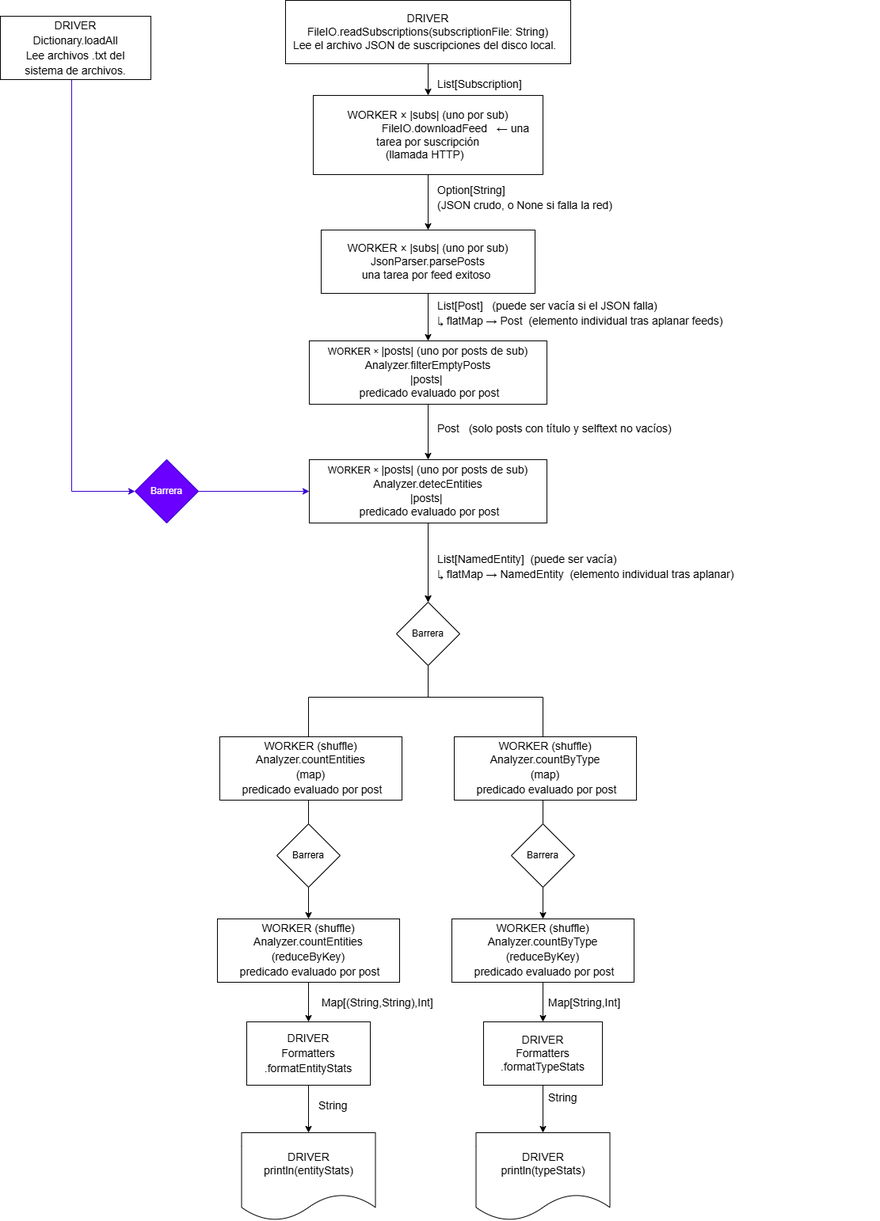
Before: imagenes/diagrama.png, a diagram exported from draw.io (Maximo-Pellegrino/paradigmas26-lab3-g30). Source tidied: cells renumbered, new cells last; positions are measured from the earlier drawing's top-left corner, leaving out a move shared by most shapes.
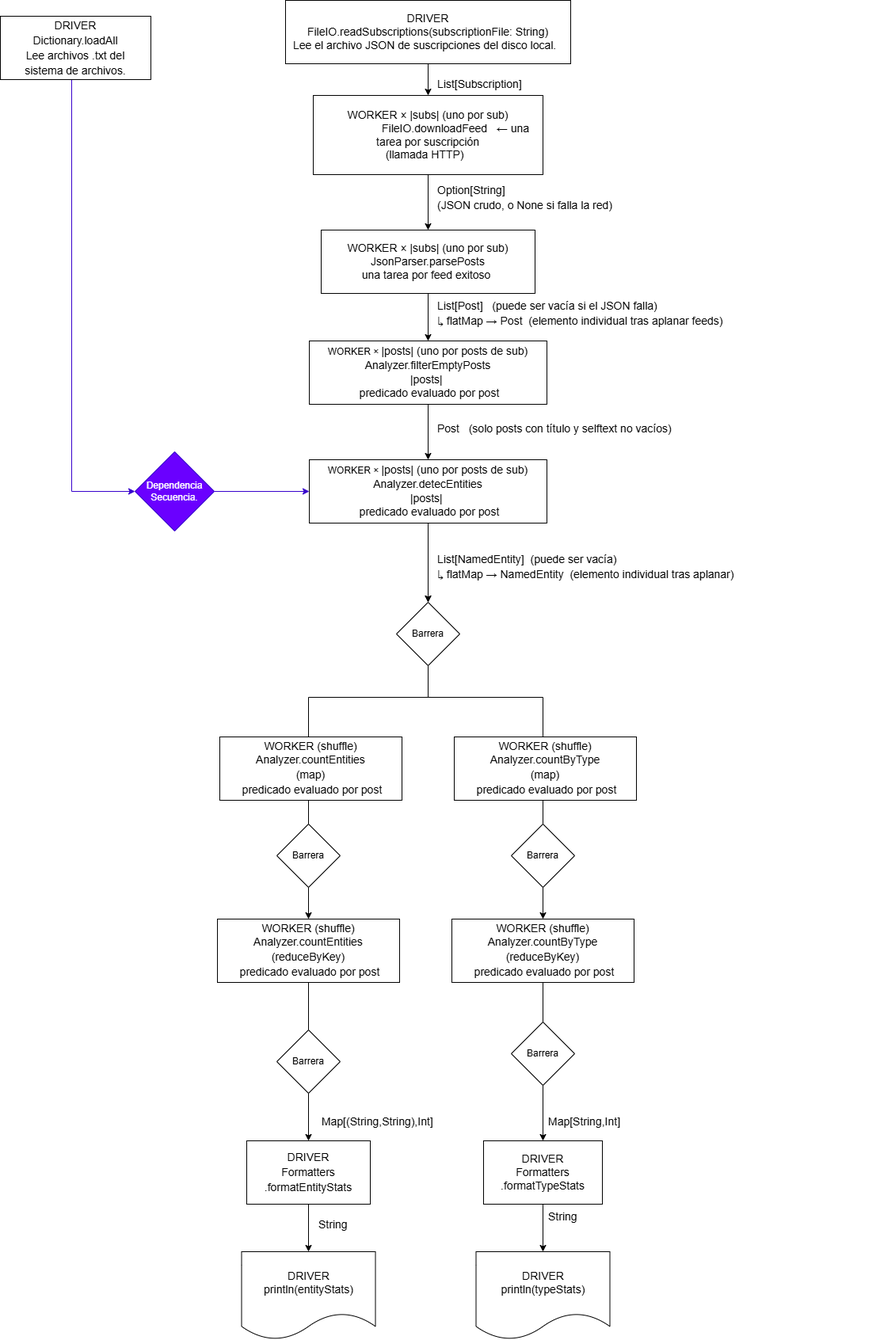
Later version of the same file.

Diff of the diagram source:
```diff
@@ -86,37 +86,37 @@
       <mxGeometry relative="1" as="geometry" />
     </mxCell>
     <mxCell id="25" value="&lt;div style=&quot;line-height: 19px; white-space: pre;&quot;&gt;&lt;div&gt;DRIVER&lt;/div&gt;&lt;div&gt;Formatters&lt;/div&gt;&lt;div&gt;.formatEntityStats&lt;/div&gt;&lt;/div&gt;" style="rounded=0;whiteSpace=wrap;html=1;fontFamily=Helvetica;labelBackgroundColor=none;fontColor=light-dark(#000000,#FFFFFF);fontSize=14;fillColor=light-dark(#FFFFFF,#06FF31);" parent="1" vertex="1">
-      <mxGeometry x="311" y="1290" width="156" height="80" as="geometry" />
+      <mxGeometry x="311" y="1440" width="156" height="80" as="geometry" />
     </mxCell>
     <mxCell id="26" style="edgeStyle=orthogonalEdgeStyle;rounded=0;jettySize=auto;html=1;" parent="1" edge="1" source="27" target="33">
       <mxGeometry relative="1" as="geometry" />
     </mxCell>
     <mxCell id="27" value="&lt;div style=&quot;white-space: pre;&quot;&gt;DRIVER&lt;/div&gt;&lt;div style=&quot;white-space: pre;&quot;&gt;Formatters&lt;/div&gt;&lt;div style=&quot;white-space: pre;&quot;&gt;.formatTypeStats&lt;/div&gt;" style="rounded=0;whiteSpace=wrap;html=1;fontFamily=Helvetica;labelBackgroundColor=none;fontColor=light-dark(#000000,#FFFFFF);fontSize=14;fillColor=light-dark(#FFFFFF,#06FF31);" parent="1" vertex="1">
-      <mxGeometry x="610" y="1290" width="150" height="80" as="geometry" />
+      <mxGeometry x="610" y="1440" width="150" height="80" as="geometry" />
     </mxCell>
     <mxCell id="28" value="&lt;div style=&quot;font-weight: normal; line-height: 19px; white-space: pre;&quot;&gt;&lt;div&gt;&lt;span&gt;&amp;nbsp;Map[(String,String),Int]&lt;/span&gt;&lt;/div&gt;&lt;/div&gt;" style="text;whiteSpace=wrap;html=1;fontFamily=Helvetica;labelBackgroundColor=none;fontColor=light-dark(#000000,#FFFFFF);fontSize=14;" parent="1" vertex="1">
-      <mxGeometry x="400" y="1250" width="230" height="40" as="geometry" />
+      <mxGeometry x="400" y="1400" width="230" height="40" as="geometry" />
     </mxCell>
     <mxCell id="29" value="&lt;div style=&quot;font-weight: normal; line-height: 19px; white-space: pre;&quot;&gt;&lt;div&gt;&lt;span&gt;Map[String,Int]&lt;/span&gt;&lt;/div&gt;&lt;/div&gt;" style="text;whiteSpace=wrap;html=1;fontFamily=Helvetica;labelBackgroundColor=none;fontColor=default;fontSize=14;" parent="1" vertex="1">
-      <mxGeometry x="689.5" y="1250" width="150" height="40" as="geometry" />
+      <mxGeometry x="689.5" y="1400" width="150" height="40" as="geometry" />
     </mxCell>
     <mxCell id="30" value="&lt;div style=&quot;font-weight: normal; line-height: 19px; white-space: pre;&quot;&gt;&lt;div&gt;&lt;span&gt;String&lt;/span&gt;&lt;/div&gt;&lt;/div&gt;" style="text;whiteSpace=wrap;html=1;fontFamily=Helvetica;labelBackgroundColor=none;fontColor=light-dark(#000000,#FFFFFF);fontSize=14;" parent="1" vertex="1">
-      <mxGeometry x="400" y="1479" width="80" height="40" as="geometry" />
+      <mxGeometry x="400" y="1629" width="80" height="40" as="geometry" />
     </mxCell>
     <mxCell id="31" value="&lt;div style=&quot;font-weight: normal; line-height: 19px; white-space: pre;&quot;&gt;&lt;div&gt;&lt;span&gt;String&lt;/span&gt;&lt;/div&gt;&lt;/div&gt;" style="text;whiteSpace=wrap;html=1;fontFamily=Helvetica;labelBackgroundColor=none;fontColor=light-dark(#000000,#FFFFFF);fontSize=14;" parent="1" vertex="1">
-      <mxGeometry x="689.5" y="1370" width="80" height="40" as="geometry" />
+      <mxGeometry x="689.5" y="1520" width="80" height="40" as="geometry" />
     </mxCell>
     <mxCell id="32" value="&lt;div&gt;DRIVER&lt;/div&gt;println(&lt;span style=&quot;white-space: pre;&quot;&gt;entityStats&lt;/span&gt;&lt;span&gt;)&lt;/span&gt;" style="shape=document;whiteSpace=wrap;html=1;boundedLbl=1;fontFamily=Helvetica;labelBackgroundColor=none;fontColor=light-dark(#000000,#FFFFFF);fontSize=14;fillColor=light-dark(#FFFFFF,#36FF0C);" parent="1" vertex="1">
-      <mxGeometry x="304.5" y="1430" width="169" height="111" as="geometry" />
+      <mxGeometry x="304.5" y="1580" width="169" height="111" as="geometry" />
     </mxCell>
     <mxCell id="33" value="&lt;div&gt;DRIVER&lt;/div&gt;println(type&lt;span style=&quot;white-space: pre;&quot;&gt;Stats&lt;/span&gt;&lt;span&gt;)&lt;/span&gt;" style="shape=document;whiteSpace=wrap;html=1;boundedLbl=1;fontFamily=Helvetica;labelBackgroundColor=none;fontColor=light-dark(#000000,#FFFFFF);fontSize=14;fillColor=light-dark(#FFFFFF,#36FF0C);" parent="1" vertex="1">
-      <mxGeometry x="600.5" y="1430" width="169" height="111" as="geometry" />
+      <mxGeometry x="600.5" y="1580" width="169" height="111" as="geometry" />
     </mxCell>
     <mxCell id="34" style="edgeStyle=orthogonalEdgeStyle;rounded=0;jettySize=auto;html=1;fillColor=#6a00ff;strokeColor=#3700CC;" parent="1" edge="1" source="35" target="16">
       <mxGeometry relative="1" as="geometry" />
     </mxCell>
-    <mxCell id="35" value="Barrera" style="rhombus;whiteSpace=wrap;html=1;fillColor=#6a00ff;fontColor=#ffffff;strokeColor=#3700CC;" parent="1" vertex="1">
-      <mxGeometry x="170" y="580" width="80" height="80" as="geometry" />
+    <mxCell id="35" value="Dependencia Secuencia." style="rhombus;whiteSpace=wrap;html=1;fillColor=#6a00ff;fontColor=#ffffff;strokeColor=#3700CC;" parent="1" vertex="1">
+      <mxGeometry x="170" y="570" width="100" height="100" as="geometry" />
     </mxCell>
     <mxCell id="36" style="edgeStyle=orthogonalEdgeStyle;rounded=0;jettySize=auto;html=1;" parent="1" edge="1" source="16" target="38">
       <mxGeometry relative="1" as="geometry" />
@@ -133,7 +133,7 @@
       <mxGeometry x="500" y="760" width="80" height="80" as="geometry" />
     </mxCell>
     <mxCell id="39" value="&lt;div style=&quot;font-weight: normal; line-height: 19px; white-space: pre;&quot;&gt;&lt;div&gt;&lt;span&gt;String&lt;/span&gt;&lt;/div&gt;&lt;/div&gt;" style="text;whiteSpace=wrap;html=1;fontFamily=Helvetica;labelBackgroundColor=none;fontColor=light-dark(#000000,#FFFFFF);fontSize=14;" parent="1" vertex="1">
-      <mxGeometry x="400" y="1380" width="80" height="40" as="geometry" />
+      <mxGeometry x="400" y="1530" width="80" height="40" as="geometry" />
     </mxCell>
     <mxCell id="40" value="&lt;div&gt;&lt;span&gt;WORKER (shuffle)&lt;/span&gt;&lt;/div&gt;&lt;div&gt;&lt;div style=&quot;line-height: 19px; white-space: pre;&quot;&gt;Analyzer.countEntities&lt;/div&gt;&lt;/div&gt;&lt;div&gt;&lt;div style=&quot;line-height: 19px; white-space: pre;&quot;&gt;(map)&lt;/div&gt;&lt;/div&gt;&lt;div&gt;&lt;div style=&quot;line-height: 19px; white-space: pre;&quot;&gt;&amp;nbsp;predicado evaluado por post&lt;/div&gt;&lt;/div&gt;" style="rounded=0;whiteSpace=wrap;html=1;fontFamily=Helvetica;labelBackgroundColor=none;fontColor=light-dark(#000000,#000000);fontSize=14;fillColor=light-dark(#FFFFFF,#FFF100);" parent="1" vertex="1">
       <mxGeometry x="277" y="930" width="230" height="80" as="geometry" />
@@ -147,5 +147,14 @@
     <mxCell id="43" value="Barrera" style="rhombus;whiteSpace=wrap;html=1;fillColor=light-dark(#FFFFFF,#FF0000);" parent="1" vertex="1">
       <mxGeometry x="645" y="1040" width="80" height="80" as="geometry" />
     </mxCell>
+    <mxCell id="44" value="Barrera" style="rhombus;whiteSpace=wrap;html=1;fillColor=light-dark(#FFFFFF,#FF0000);" parent="1" vertex="1">
+      <mxGeometry x="349" y="1300" width="80" height="80" as="geometry" />
+    </mxCell>
+    <mxCell id="45" value="&lt;div style=&quot;white-space: pre;&quot;&gt;DRIVER&lt;/div&gt;&lt;div style=&quot;white-space: pre;&quot;&gt;Formatters&lt;/div&gt;&lt;div style=&quot;white-space: pre;&quot;&gt;.formatTypeStats&lt;/div&gt;" style="rounded=0;whiteSpace=wrap;html=1;fontFamily=Helvetica;labelBackgroundColor=none;fontColor=light-dark(#000000,#FFFFFF);fontSize=14;fillColor=light-dark(#FFFFFF,#06FF31);" parent="1" vertex="1">
+      <mxGeometry x="610" y="1440" width="150" height="80" as="geometry" />
+    </mxCell>
+    <mxCell id="46" value="Barrera" style="rhombus;whiteSpace=wrap;html=1;fillColor=light-dark(#FFFFFF,#FF0000);" parent="1" vertex="1">
+      <mxGeometry x="645" y="1290" width="80" height="80" as="geometry" />
+    </mxCell>
   </root>
 </mxGraphModel>
```
